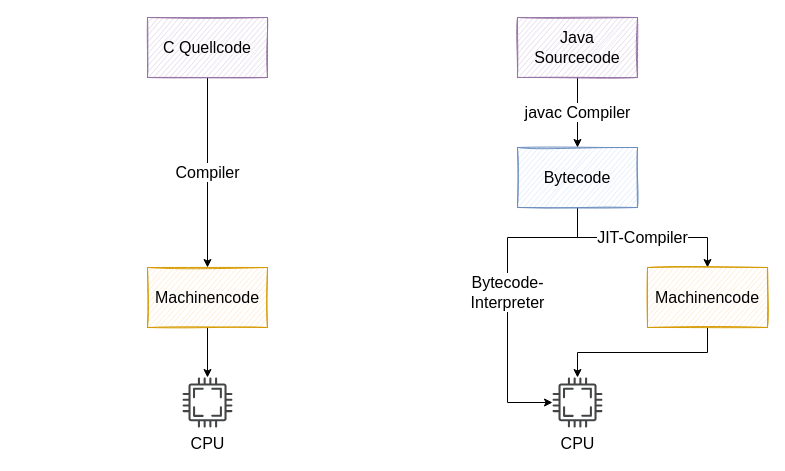
The draw.io diagram kssop/CompilerInterpreter.drawio in dude2511/drawio, before the edit. Source tidied: cells renumbered, new cells numbered last; positions are measured from the earlier drawing's top-left corner, leaving out a move shared by most shapes. Both pictures are drawn from the tidied source at 100%, with x=0, y=0 at pixel (147, 17).
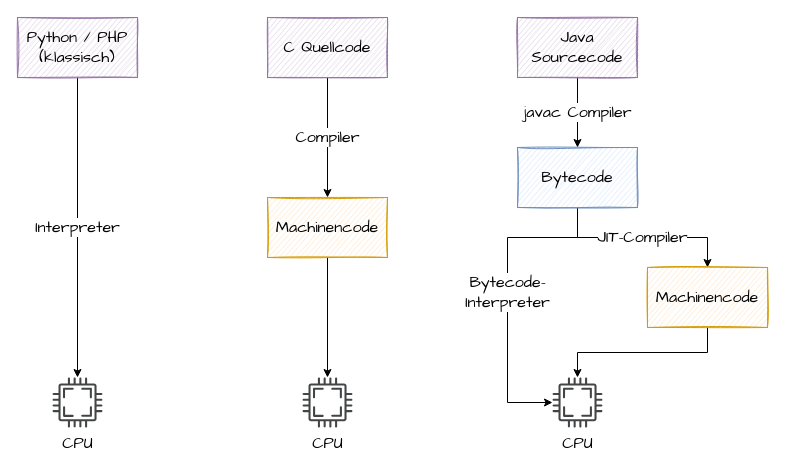
Above is the later version.

Change to the diagram source:
```diff
@@
-    <mxCell id="2" style="edgeStyle=orthogonalEdgeStyle;rounded=0;jettySize=auto;html=1;exitX=0.5;exitY=1;exitDx=0;exitDy=0;fontSize=16;" parent="1" edge="1" source="3" target="9">
+    <mxCell id="2" style="edgeStyle=orthogonalEdgeStyle;rounded=0;jettySize=auto;html=1;exitX=0.5;exitY=1;exitDx=0;exitDy=0;fontSize=16;fontFamily=Comic Sans MS;" parent="1" edge="1" source="3" target="9">
       <mxGeometry relative="1" as="geometry" />
     </mxCell>
-    <mxCell id="3" value="Machinencode" style="rounded=0;whiteSpace=wrap;html=1;sketch=1;fillColor=#ffe6cc;strokeColor=#d79b00;fontSize=16;" parent="1" vertex="1">
-      <mxGeometry y="250" width="120" height="60" as="geometry" />
+    <mxCell id="3" value="Machinencode" style="rounded=0;whiteSpace=wrap;html=1;sketch=1;fillColor=#ffe6cc;strokeColor=#d79b00;fontSize=16;fontFamily=Comic Sans MS;" parent="1" vertex="1">
+      <mxGeometry x="120" y="180" width="120" height="60" as="geometry" />
     </mxCell>
-    <mxCell id="4" value="JIT-Compiler" style="edgeStyle=orthogonalEdgeStyle;rounded=0;jettySize=auto;html=1;exitX=0.5;exitY=1;exitDx=0;exitDy=0;entryX=0.5;entryY=0;entryDx=0;entryDy=0;fontSize=16;" parent="1" edge="1" source="6" target="14">
+    <mxCell id="4" value="JIT-Compiler" style="edgeStyle=orthogonalEdgeStyle;rounded=0;jettySize=auto;html=1;exitX=0.5;exitY=1;exitDx=0;exitDy=0;entryX=0.5;entryY=0;entryDx=0;entryDy=0;fontSize=16;fontFamily=Comic Sans MS;" parent="1" edge="1" source="6" target="14">
       <mxGeometry relative="1" as="geometry">
         <Array as="points">
           <mxPoint x="430" y="220" />
           <mxPoint x="560" y="220" />
         </Array>
       </mxGeometry>
     </mxCell>
-    <mxCell id="5" value="Bytecode-&lt;br&gt;Interpreter" style="edgeStyle=orthogonalEdgeStyle;rounded=0;jettySize=auto;html=1;exitX=0.5;exitY=1;exitDx=0;exitDy=0;fontSize=16;" parent="1" edge="1" source="6" target="12">
+    <mxCell id="5" value="Bytecode-&lt;br&gt;Interpreter" style="edgeStyle=orthogonalEdgeStyle;rounded=0;jettySize=auto;html=1;exitX=0.5;exitY=1;exitDx=0;exitDy=0;fontSize=16;fontFamily=Comic Sans MS;" parent="1" edge="1" source="6" target="12">
       <mxGeometry relative="1" as="geometry">
         <Array as="points">
           <mxPoint x="430" y="220" />
           <mxPoint x="360" y="220" />
           <mxPoint x="360" y="385" />
         </Array>
       </mxGeometry>
     </mxCell>
-    <mxCell id="6" value="Bytecode" style="rounded=0;whiteSpace=wrap;html=1;sketch=1;fillColor=#dae8fc;strokeColor=#6c8ebf;fontSize=16;" parent="1" vertex="1">
+    <mxCell id="6" value="Bytecode" style="rounded=0;whiteSpace=wrap;html=1;sketch=1;fillColor=#dae8fc;strokeColor=#6c8ebf;fontSize=16;fontFamily=Comic Sans MS;" parent="1" vertex="1">
       <mxGeometry x="370" y="130" width="120" height="60" as="geometry" />
     </mxCell>
-    <mxCell id="7" value="Compiler" style="edgeStyle=orthogonalEdgeStyle;rounded=0;jettySize=auto;html=1;exitX=0.5;exitY=1;exitDx=0;exitDy=0;entryX=0.5;entryY=0;entryDx=0;entryDy=0;fontSize=16;" parent="1" edge="1" source="8" target="3">
+    <mxCell id="7" value="Compiler" style="edgeStyle=orthogonalEdgeStyle;rounded=0;jettySize=auto;html=1;exitX=0.5;exitY=1;exitDx=0;exitDy=0;entryX=0.5;entryY=0;entryDx=0;entryDy=0;fontSize=16;fontFamily=Comic Sans MS;" parent="1" edge="1" source="8" target="3">
       <mxGeometry relative="1" as="geometry" />
     </mxCell>
-    <mxCell id="8" value="C Quellcode" style="rounded=0;whiteSpace=wrap;html=1;sketch=1;fillColor=#e1d5e7;strokeColor=#9673a6;fontSize=16;" parent="1" vertex="1">
-      <mxGeometry width="120" height="60" as="geometry" />
+    <mxCell id="8" value="C Quellcode" style="rounded=0;whiteSpace=wrap;html=1;sketch=1;fillColor=#e1d5e7;strokeColor=#9673a6;fontSize=16;fontFamily=Comic Sans MS;" parent="1" vertex="1">
+      <mxGeometry x="120" width="120" height="60" as="geometry" />
     </mxCell>
-    <mxCell id="9" value="CPU" style="sketch=0;shadow=0;dashed=0;html=1;strokeColor=none;fillColor=#434445;labelPosition=center;verticalLabelPosition=bottom;verticalAlign=top;align=center;outlineConnect=0;shape=mxgraph.vvd.cpu;fontSize=16;" parent="1" vertex="1">
-      <mxGeometry x="35" y="360" width="50" height="50" as="geometry" />
+    <mxCell id="9" value="CPU" style="sketch=0;shadow=0;dashed=0;html=1;strokeColor=none;fillColor=#434445;labelPosition=center;verticalLabelPosition=bottom;verticalAlign=top;align=center;outlineConnect=0;shape=mxgraph.vvd.cpu;fontSize=16;fontFamily=Comic Sans MS;" parent="1" vertex="1">
+      <mxGeometry x="155" y="360" width="50" height="50" as="geometry" />
     </mxCell>
-    <mxCell id="10" value="javac Compiler" style="edgeStyle=orthogonalEdgeStyle;rounded=0;jettySize=auto;html=1;exitX=0.5;exitY=1;exitDx=0;exitDy=0;fontSize=16;" parent="1" edge="1" source="11" target="6">
+    <mxCell id="10" value="javac Compiler" style="edgeStyle=orthogonalEdgeStyle;rounded=0;jettySize=auto;html=1;exitX=0.5;exitY=1;exitDx=0;exitDy=0;fontSize=16;fontFamily=Comic Sans MS;" parent="1" edge="1" source="11" target="6">
       <mxGeometry relative="1" as="geometry" />
     </mxCell>
-    <mxCell id="11" value="Java Sourcecode" style="rounded=0;whiteSpace=wrap;html=1;sketch=1;fillColor=#e1d5e7;strokeColor=#9673a6;fontSize=16;" parent="1" vertex="1">
+    <mxCell id="11" value="Java Sourcecode" style="rounded=0;whiteSpace=wrap;html=1;sketch=1;fillColor=#e1d5e7;strokeColor=#9673a6;fontSize=16;fontFamily=Comic Sans MS;" parent="1" vertex="1">
       <mxGeometry x="370" width="120" height="60" as="geometry" />
     </mxCell>
-    <mxCell id="12" value="CPU" style="sketch=0;shadow=0;dashed=0;html=1;strokeColor=none;fillColor=#434445;labelPosition=center;verticalLabelPosition=bottom;verticalAlign=top;align=center;outlineConnect=0;shape=mxgraph.vvd.cpu;fontSize=16;" parent="1" vertex="1">
+    <mxCell id="12" value="CPU" style="sketch=0;shadow=0;dashed=0;html=1;strokeColor=none;fillColor=#434445;labelPosition=center;verticalLabelPosition=bottom;verticalAlign=top;align=center;outlineConnect=0;shape=mxgraph.vvd.cpu;fontSize=16;fontFamily=Comic Sans MS;" parent="1" vertex="1">
       <mxGeometry x="405" y="360" width="50" height="50" as="geometry" />
     </mxCell>
-    <mxCell id="13" style="edgeStyle=orthogonalEdgeStyle;rounded=0;jettySize=auto;html=1;exitX=0.5;exitY=1;exitDx=0;exitDy=0;fontSize=16;" parent="1" edge="1" source="14" target="12">
+    <mxCell id="13" style="edgeStyle=orthogonalEdgeStyle;rounded=0;jettySize=auto;html=1;exitX=0.5;exitY=1;exitDx=0;exitDy=0;fontSize=16;fontFamily=Comic Sans MS;" parent="1" edge="1" source="14" target="12">
       <mxGeometry relative="1" as="geometry" />
     </mxCell>
-    <mxCell id="14" value="Machinencode" style="rounded=0;whiteSpace=wrap;html=1;sketch=1;fillColor=#ffe6cc;strokeColor=#d79b00;fontSize=16;" parent="1" vertex="1">
+    <mxCell id="14" value="Machinencode" style="rounded=0;whiteSpace=wrap;html=1;sketch=1;fillColor=#ffe6cc;strokeColor=#d79b00;fontSize=16;fontFamily=Comic Sans MS;" parent="1" vertex="1">
       <mxGeometry x="500" y="250" width="120" height="60" as="geometry" />
     </mxCell>
+    <mxCell id="15" value="Interpreter" style="edgeStyle=orthogonalEdgeStyle;rounded=0;jettySize=auto;html=1;exitX=0.5;exitY=1;exitDx=0;exitDy=0;fontSize=16;fontFamily=Comic Sans MS;" parent="1" edge="1" source="16" target="17">
+      <mxGeometry relative="1" as="geometry" />
+    </mxCell>
+    <mxCell id="16" value="Python / PHP&lt;br&gt;(klassisch)" style="rounded=0;whiteSpace=wrap;html=1;sketch=1;fillColor=#e1d5e7;strokeColor=#9673a6;fontSize=16;fontFamily=Comic Sans MS;" parent="1" vertex="1">
+      <mxGeometry x="-130" width="120" height="60" as="geometry" />
+    </mxCell>
+    <mxCell id="17" value="CPU" style="sketch=0;shadow=0;dashed=0;html=1;strokeColor=none;fillColor=#434445;labelPosition=center;verticalLabelPosition=bottom;verticalAlign=top;align=center;outlineConnect=0;shape=mxgraph.vvd.cpu;fontSize=16;fontFamily=Comic Sans MS;" parent="1" vertex="1">
+      <mxGeometry x="-95" y="360" width="50" height="50" as="geometry" />
+    </mxCell>
```
